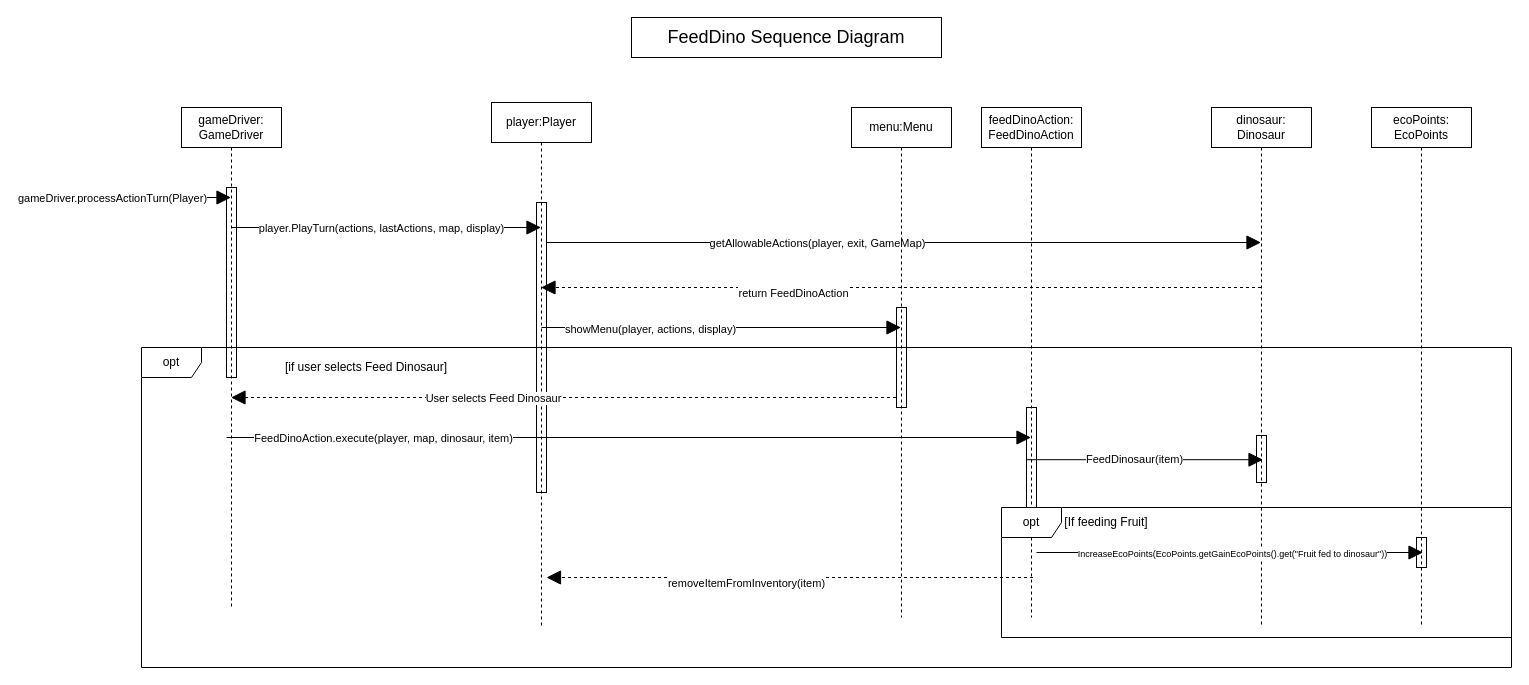
Earlier version of the draw.io diagram Assignment 3 diagrams/Sequence/FeedDino Sequence Diagram.drawio (Dax246/FIT2099). Source tidied: cells renumbered, new cells numbered last; positions are measured from the earlier drawing's top-left corner, leaving out a move shared by most shapes. Both pictures are drawn from the tidied source at 100%, with x=0, y=0 at pixel (31, 17).
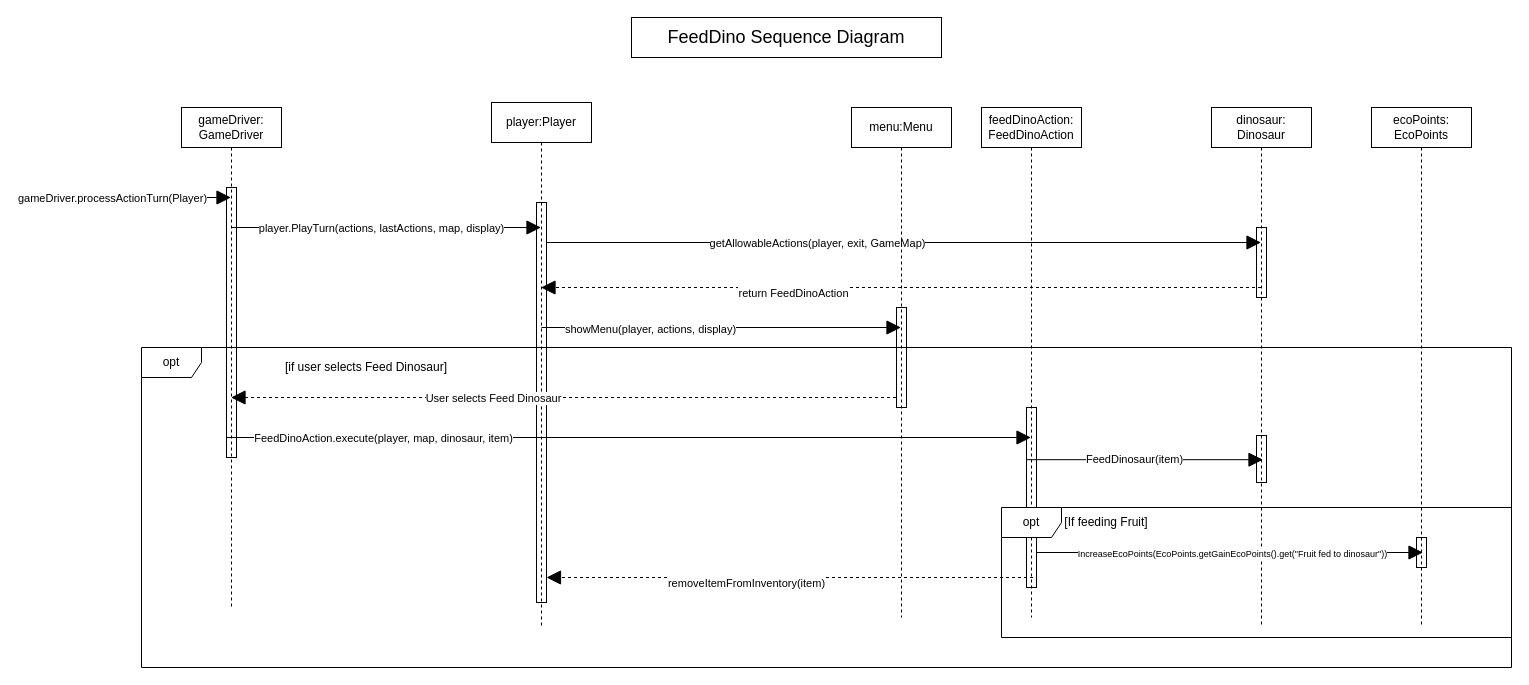
The same page after the edit.

Commit message (it also covers changes not shown here):
Adjusted sequence Diagrams to better match design

Unchanged cells that the change refers to:
```xml
<mxCell id="2" value="gameDriver:&lt;br&gt;GameDriver" style="shape=umlLifeline;perimeter=lifelinePerimeter;whiteSpace=wrap;html=1;outlineConnect=0;" parent="1" vertex="1">
  <mxGeometry x="150" y="90" width="100" height="500" as="geometry" />
</mxCell>
<mxCell id="6" value="player:Player" style="shape=umlLifeline;perimeter=lifelinePerimeter;whiteSpace=wrap;html=1;outlineConnect=0;" parent="1" vertex="1">
  <mxGeometry x="460" y="85" width="100" height="525" as="geometry" />
</mxCell>
<mxCell id="19" value="dinosaur:&lt;br&gt;Dinosaur" style="shape=umlLifeline;perimeter=lifelinePerimeter;whiteSpace=wrap;html=1;outlineConnect=0;" parent="1" vertex="1">
  <mxGeometry x="1180" y="90" width="100" height="520" as="geometry" />
</mxCell>
```

What changed in the source:
```diff
@@
     <mxCell id="5" style="html=1;perimeter=orthogonalPerimeter;fillColor=none;" parent="2" vertex="1">
-      <mxGeometry x="45" y="80" width="10" height="190" as="geometry" />
+      <mxGeometry x="45" y="80" width="10" height="270" as="geometry" />
     </mxCell>
@@
     <mxCell id="7" style="html=1;perimeter=orthogonalPerimeter;fillColor=none;" parent="6" vertex="1">
-      <mxGeometry x="45" y="100" width="10" height="290" as="geometry" />
+      <mxGeometry x="45" y="100" width="10" height="400" as="geometry" />
     </mxCell>
@@
+    <mxCell id="39" style="html=1;perimeter=orthogonalPerimeter;fillColor=none;" parent="19" vertex="1">
+      <mxGeometry x="45" y="120" width="10" height="70" as="geometry" />
+    </mxCell>
@@
     <mxCell id="27" style="html=1;perimeter=orthogonalPerimeter;fillColor=none;" parent="1" vertex="1">
-      <mxGeometry x="995" y="390" width="10" height="105" as="geometry" />
+      <mxGeometry x="995" y="390" width="10" height="180" as="geometry" />
     </mxCell>
```
